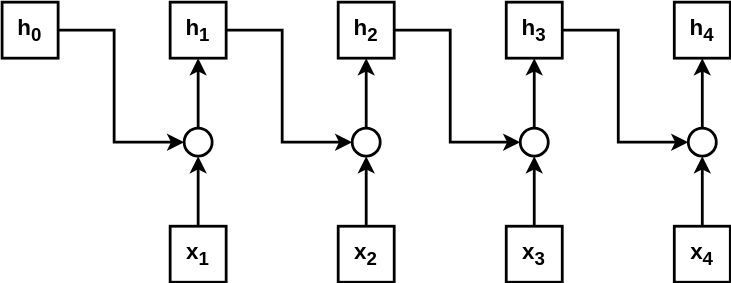
jeremiedecock/snippets keeps this draw.io diagram as python/pytorch/assets/rnn_matrix.drawio.svg. Above is the earlier version. Source tidied: cells renumbered, new cells last; positions are measured from the earlier drawing's top-left corner, leaving out a move shared by most shapes. Its diagram source:
```xml
<mxGraphModel>
  <root>
    <mxCell id="0" />
    <mxCell id="1" parent="0" />
    <mxCell id="2" style="edgeStyle=orthogonalEdgeStyle;rounded=0;jettySize=auto;html=1;entryX=0;entryY=0.5;entryDx=0;entryDy=0;strokeWidth=2;" parent="1" edge="1" source="3" target="15">
      <mxGeometry relative="1" as="geometry">
        <Array as="points">
          <mxPoint x="200" y="20" />
          <mxPoint x="200" y="100" />
        </Array>
      </mxGeometry>
    </mxCell>
    <mxCell id="3" value="&lt;font style=&quot;font-size: 16px;&quot;&gt;&lt;b&gt;h&lt;sub&gt;1&lt;/sub&gt;&lt;/b&gt;&lt;/font&gt;" style="rounded=0;whiteSpace=wrap;html=1;strokeWidth=2;" parent="1" vertex="1">
      <mxGeometry x="120" width="40" height="40" as="geometry" />
    </mxCell>
    <mxCell id="4" style="edgeStyle=orthogonalEdgeStyle;rounded=0;jettySize=auto;html=1;entryX=0.5;entryY=1;entryDx=0;entryDy=0;strokeWidth=2;" parent="1" edge="1" source="9" target="3">
      <mxGeometry relative="1" as="geometry" />
    </mxCell>
    <mxCell id="5" value="&lt;font style=&quot;font-size: 16px;&quot;&gt;&lt;b&gt;x&lt;sub&gt;1&lt;/sub&gt;&lt;/b&gt;&lt;/font&gt;" style="rounded=0;whiteSpace=wrap;html=1;strokeWidth=2;" parent="1" vertex="1">
      <mxGeometry x="120" y="160" width="40" height="40" as="geometry" />
    </mxCell>
    <mxCell id="6" style="edgeStyle=orthogonalEdgeStyle;rounded=0;jettySize=auto;html=1;entryX=0;entryY=0.5;entryDx=0;entryDy=0;strokeWidth=2;" parent="1" edge="1" source="7" target="9">
      <mxGeometry relative="1" as="geometry">
        <Array as="points">
          <mxPoint x="80" y="20" />
          <mxPoint x="80" y="100" />
        </Array>
      </mxGeometry>
    </mxCell>
    <mxCell id="7" value="&lt;font style=&quot;font-size: 16px;&quot;&gt;&lt;b&gt;h&lt;sub&gt;0&lt;/sub&gt;&lt;/b&gt;&lt;/font&gt;" style="rounded=0;whiteSpace=wrap;html=1;strokeWidth=2;" parent="1" vertex="1">
      <mxGeometry width="40" height="40" as="geometry" />
    </mxCell>
    <mxCell id="8" style="edgeStyle=orthogonalEdgeStyle;rounded=0;jettySize=auto;html=1;entryX=0.5;entryY=1;entryDx=0;entryDy=0;strokeWidth=2;" parent="1" edge="1" source="5" target="9">
      <mxGeometry relative="1" as="geometry" />
    </mxCell>
    <mxCell id="9" style="ellipse;whiteSpace=wrap;html=1;strokeWidth=2;" parent="1" vertex="1">
      <mxGeometry x="130" y="90" width="20" height="20" as="geometry" />
    </mxCell>
    <mxCell id="10" style="edgeStyle=orthogonalEdgeStyle;rounded=0;jettySize=auto;html=1;entryX=0;entryY=0.5;entryDx=0;entryDy=0;strokeWidth=2;" parent="1" edge="1" source="11" target="20">
      <mxGeometry relative="1" as="geometry">
        <Array as="points">
          <mxPoint x="320" y="20" />
          <mxPoint x="320" y="100" />
        </Array>
      </mxGeometry>
    </mxCell>
    <mxCell id="11" value="&lt;font style=&quot;font-size: 16px;&quot;&gt;&lt;b&gt;h&lt;sub&gt;2&lt;/sub&gt;&lt;/b&gt;&lt;/font&gt;" style="rounded=0;whiteSpace=wrap;html=1;strokeWidth=2;" parent="1" vertex="1">
      <mxGeometry x="240" width="40" height="40" as="geometry" />
    </mxCell>
    <mxCell id="12" style="edgeStyle=orthogonalEdgeStyle;rounded=0;jettySize=auto;html=1;entryX=0.5;entryY=1;entryDx=0;entryDy=0;strokeWidth=2;" parent="1" edge="1" source="15" target="11">
      <mxGeometry relative="1" as="geometry" />
    </mxCell>
    <mxCell id="13" value="&lt;font style=&quot;font-size: 16px;&quot;&gt;&lt;b&gt;x&lt;sub&gt;2&lt;/sub&gt;&lt;/b&gt;&lt;/font&gt;" style="rounded=0;whiteSpace=wrap;html=1;strokeWidth=2;" parent="1" vertex="1">
      <mxGeometry x="240" y="160" width="40" height="40" as="geometry" />
    </mxCell>
    <mxCell id="14" style="edgeStyle=orthogonalEdgeStyle;rounded=0;jettySize=auto;html=1;entryX=0.5;entryY=1;entryDx=0;entryDy=0;strokeWidth=2;" parent="1" edge="1" source="13" target="15">
      <mxGeometry relative="1" as="geometry" />
    </mxCell>
    <mxCell id="15" style="ellipse;whiteSpace=wrap;html=1;strokeWidth=2;" parent="1" vertex="1">
      <mxGeometry x="250" y="90" width="20" height="20" as="geometry" />
    </mxCell>
    <mxCell id="16" value="&lt;font style=&quot;font-size: 16px;&quot;&gt;&lt;b&gt;h&lt;sub&gt;3&lt;/sub&gt;&lt;/b&gt;&lt;/font&gt;" style="rounded=0;whiteSpace=wrap;html=1;strokeWidth=2;" parent="1" vertex="1">
      <mxGeometry x="360" width="40" height="40" as="geometry" />
    </mxCell>
    <mxCell id="17" style="edgeStyle=orthogonalEdgeStyle;rounded=0;jettySize=auto;html=1;entryX=0.5;entryY=1;entryDx=0;entryDy=0;strokeWidth=2;" parent="1" edge="1" source="20" target="16">
      <mxGeometry relative="1" as="geometry" />
    </mxCell>
    <mxCell id="18" value="&lt;font style=&quot;font-size: 16px;&quot;&gt;&lt;b&gt;x&lt;sub&gt;3&lt;/sub&gt;&lt;/b&gt;&lt;/font&gt;" style="rounded=0;whiteSpace=wrap;html=1;strokeWidth=2;" parent="1" vertex="1">
      <mxGeometry x="360" y="160" width="40" height="40" as="geometry" />
    </mxCell>
    <mxCell id="19" style="edgeStyle=orthogonalEdgeStyle;rounded=0;jettySize=auto;html=1;entryX=0.5;entryY=1;entryDx=0;entryDy=0;strokeWidth=2;" parent="1" edge="1" source="18" target="20">
      <mxGeometry relative="1" as="geometry" />
    </mxCell>
    <mxCell id="20" style="ellipse;whiteSpace=wrap;html=1;strokeWidth=2;" parent="1" vertex="1">
      <mxGeometry x="370" y="90" width="20" height="20" as="geometry" />
    </mxCell>
    <mxCell id="21" style="edgeStyle=orthogonalEdgeStyle;rounded=0;jettySize=auto;html=1;entryX=0;entryY=0.5;entryDx=0;entryDy=0;strokeWidth=2;" parent="1" edge="1" target="26">
      <mxGeometry relative="1" as="geometry">
        <mxPoint x="400" y="20" as="sourcePoint" />
        <Array as="points">
          <mxPoint x="440" y="20" />
          <mxPoint x="440" y="100" />
        </Array>
      </mxGeometry>
    </mxCell>
    <mxCell id="22" value="&lt;font style=&quot;font-size: 16px;&quot;&gt;&lt;b&gt;h&lt;sub&gt;4&lt;/sub&gt;&lt;/b&gt;&lt;/font&gt;" style="rounded=0;whiteSpace=wrap;html=1;strokeWidth=2;" parent="1" vertex="1">
      <mxGeometry x="480" width="40" height="40" as="geometry" />
    </mxCell>
    <mxCell id="23" style="edgeStyle=orthogonalEdgeStyle;rounded=0;jettySize=auto;html=1;entryX=0.5;entryY=1;entryDx=0;entryDy=0;strokeWidth=2;" parent="1" edge="1" source="26" target="22">
      <mxGeometry relative="1" as="geometry" />
    </mxCell>
    <mxCell id="24" value="&lt;font style=&quot;font-size: 16px;&quot;&gt;&lt;b&gt;x&lt;sub&gt;4&lt;/sub&gt;&lt;/b&gt;&lt;/font&gt;" style="rounded=0;whiteSpace=wrap;html=1;strokeWidth=2;" parent="1" vertex="1">
      <mxGeometry x="480" y="160" width="40" height="40" as="geometry" />
    </mxCell>
    <mxCell id="25" style="edgeStyle=orthogonalEdgeStyle;rounded=0;jettySize=auto;html=1;entryX=0.5;entryY=1;entryDx=0;entryDy=0;strokeWidth=2;" parent="1" edge="1" source="24" target="26">
      <mxGeometry relative="1" as="geometry" />
    </mxCell>
    <mxCell id="26" style="ellipse;whiteSpace=wrap;html=1;strokeWidth=2;" parent="1" vertex="1">
      <mxGeometry x="490" y="90" width="20" height="20" as="geometry" />
    </mxCell>
  </root>
</mxGraphModel>
```
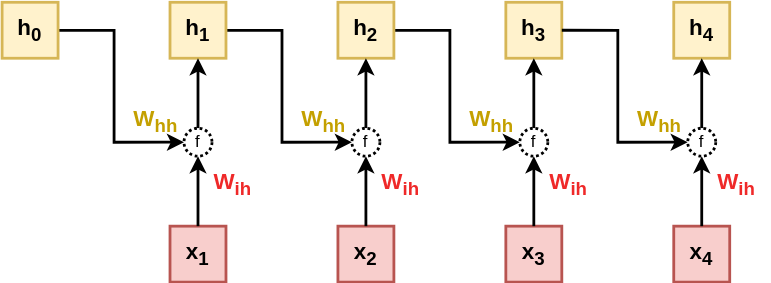
The same file after the commit.

The edit, as a diff of the source:
```diff
@@ -10,13 +10,13 @@
         </Array>
       </mxGeometry>
     </mxCell>
-    <mxCell id="3" value="&lt;font style=&quot;font-size: 16px;&quot;&gt;&lt;b&gt;h&lt;sub&gt;1&lt;/sub&gt;&lt;/b&gt;&lt;/font&gt;" style="rounded=0;whiteSpace=wrap;html=1;strokeWidth=2;" parent="1" vertex="1">
+    <mxCell id="3" value="&lt;font style=&quot;font-size: 16px;&quot;&gt;&lt;b&gt;h&lt;sub&gt;1&lt;/sub&gt;&lt;/b&gt;&lt;/font&gt;" style="rounded=0;whiteSpace=wrap;html=1;strokeWidth=2;fillColor=#fff2cc;strokeColor=#d6b656;" parent="1" vertex="1">
       <mxGeometry x="120" width="40" height="40" as="geometry" />
     </mxCell>
     <mxCell id="4" style="edgeStyle=orthogonalEdgeStyle;rounded=0;jettySize=auto;html=1;entryX=0.5;entryY=1;entryDx=0;entryDy=0;strokeWidth=2;" parent="1" edge="1" source="9" target="3">
       <mxGeometry relative="1" as="geometry" />
     </mxCell>
-    <mxCell id="5" value="&lt;font style=&quot;font-size: 16px;&quot;&gt;&lt;b&gt;x&lt;sub&gt;1&lt;/sub&gt;&lt;/b&gt;&lt;/font&gt;" style="rounded=0;whiteSpace=wrap;html=1;strokeWidth=2;" parent="1" vertex="1">
+    <mxCell id="5" value="&lt;font style=&quot;font-size: 16px;&quot;&gt;&lt;b&gt;x&lt;sub&gt;1&lt;/sub&gt;&lt;/b&gt;&lt;/font&gt;" style="rounded=0;whiteSpace=wrap;html=1;strokeWidth=2;fillColor=#f8cecc;strokeColor=#b85450;" parent="1" vertex="1">
       <mxGeometry x="120" y="160" width="40" height="40" as="geometry" />
     </mxCell>
     <mxCell id="6" style="edgeStyle=orthogonalEdgeStyle;rounded=0;jettySize=auto;html=1;entryX=0;entryY=0.5;entryDx=0;entryDy=0;strokeWidth=2;" parent="1" edge="1" source="7" target="9">
@@ -27,13 +27,13 @@
         </Array>
       </mxGeometry>
     </mxCell>
-    <mxCell id="7" value="&lt;font style=&quot;font-size: 16px;&quot;&gt;&lt;b&gt;h&lt;sub&gt;0&lt;/sub&gt;&lt;/b&gt;&lt;/font&gt;" style="rounded=0;whiteSpace=wrap;html=1;strokeWidth=2;" parent="1" vertex="1">
+    <mxCell id="7" value="&lt;font style=&quot;font-size: 16px;&quot;&gt;&lt;b&gt;h&lt;sub&gt;0&lt;/sub&gt;&lt;/b&gt;&lt;/font&gt;" style="rounded=0;whiteSpace=wrap;html=1;strokeWidth=2;fillColor=#fff2cc;strokeColor=#d6b656;" parent="1" vertex="1">
       <mxGeometry width="40" height="40" as="geometry" />
     </mxCell>
     <mxCell id="8" style="edgeStyle=orthogonalEdgeStyle;rounded=0;jettySize=auto;html=1;entryX=0.5;entryY=1;entryDx=0;entryDy=0;strokeWidth=2;" parent="1" edge="1" source="5" target="9">
       <mxGeometry relative="1" as="geometry" />
     </mxCell>
-    <mxCell id="9" style="ellipse;whiteSpace=wrap;html=1;strokeWidth=2;" parent="1" vertex="1">
+    <mxCell id="9" value="f" style="ellipse;whiteSpace=wrap;html=1;strokeWidth=2;dashed=1;dashPattern=1 1;" parent="1" vertex="1">
       <mxGeometry x="130" y="90" width="20" height="20" as="geometry" />
     </mxCell>
     <mxCell id="10" style="edgeStyle=orthogonalEdgeStyle;rounded=0;jettySize=auto;html=1;entryX=0;entryY=0.5;entryDx=0;entryDy=0;strokeWidth=2;" parent="1" edge="1" source="11" target="20">
@@ -44,34 +44,34 @@
         </Array>
       </mxGeometry>
     </mxCell>
-    <mxCell id="11" value="&lt;font style=&quot;font-size: 16px;&quot;&gt;&lt;b&gt;h&lt;sub&gt;2&lt;/sub&gt;&lt;/b&gt;&lt;/font&gt;" style="rounded=0;whiteSpace=wrap;html=1;strokeWidth=2;" parent="1" vertex="1">
+    <mxCell id="11" value="&lt;font style=&quot;font-size: 16px;&quot;&gt;&lt;b&gt;h&lt;sub&gt;2&lt;/sub&gt;&lt;/b&gt;&lt;/font&gt;" style="rounded=0;whiteSpace=wrap;html=1;strokeWidth=2;fillColor=#fff2cc;strokeColor=#d6b656;" parent="1" vertex="1">
       <mxGeometry x="240" width="40" height="40" as="geometry" />
     </mxCell>
     <mxCell id="12" style="edgeStyle=orthogonalEdgeStyle;rounded=0;jettySize=auto;html=1;entryX=0.5;entryY=1;entryDx=0;entryDy=0;strokeWidth=2;" parent="1" edge="1" source="15" target="11">
       <mxGeometry relative="1" as="geometry" />
     </mxCell>
-    <mxCell id="13" value="&lt;font style=&quot;font-size: 16px;&quot;&gt;&lt;b&gt;x&lt;sub&gt;2&lt;/sub&gt;&lt;/b&gt;&lt;/font&gt;" style="rounded=0;whiteSpace=wrap;html=1;strokeWidth=2;" parent="1" vertex="1">
+    <mxCell id="13" value="&lt;font style=&quot;font-size: 16px;&quot;&gt;&lt;b&gt;x&lt;sub&gt;2&lt;/sub&gt;&lt;/b&gt;&lt;/font&gt;" style="rounded=0;whiteSpace=wrap;html=1;strokeWidth=2;fillColor=#f8cecc;strokeColor=#b85450;" parent="1" vertex="1">
       <mxGeometry x="240" y="160" width="40" height="40" as="geometry" />
     </mxCell>
     <mxCell id="14" style="edgeStyle=orthogonalEdgeStyle;rounded=0;jettySize=auto;html=1;entryX=0.5;entryY=1;entryDx=0;entryDy=0;strokeWidth=2;" parent="1" edge="1" source="13" target="15">
       <mxGeometry relative="1" as="geometry" />
     </mxCell>
-    <mxCell id="15" style="ellipse;whiteSpace=wrap;html=1;strokeWidth=2;" parent="1" vertex="1">
+    <mxCell id="15" value="f" style="ellipse;whiteSpace=wrap;html=1;strokeWidth=2;dashed=1;dashPattern=1 1;" parent="1" vertex="1">
       <mxGeometry x="250" y="90" width="20" height="20" as="geometry" />
     </mxCell>
-    <mxCell id="16" value="&lt;font style=&quot;font-size: 16px;&quot;&gt;&lt;b&gt;h&lt;sub&gt;3&lt;/sub&gt;&lt;/b&gt;&lt;/font&gt;" style="rounded=0;whiteSpace=wrap;html=1;strokeWidth=2;" parent="1" vertex="1">
+    <mxCell id="16" value="&lt;font style=&quot;font-size: 16px;&quot;&gt;&lt;b&gt;h&lt;sub&gt;3&lt;/sub&gt;&lt;/b&gt;&lt;/font&gt;" style="rounded=0;whiteSpace=wrap;html=1;strokeWidth=2;fillColor=#fff2cc;strokeColor=#d6b656;" parent="1" vertex="1">
       <mxGeometry x="360" width="40" height="40" as="geometry" />
     </mxCell>
     <mxCell id="17" style="edgeStyle=orthogonalEdgeStyle;rounded=0;jettySize=auto;html=1;entryX=0.5;entryY=1;entryDx=0;entryDy=0;strokeWidth=2;" parent="1" edge="1" source="20" target="16">
       <mxGeometry relative="1" as="geometry" />
     </mxCell>
-    <mxCell id="18" value="&lt;font style=&quot;font-size: 16px;&quot;&gt;&lt;b&gt;x&lt;sub&gt;3&lt;/sub&gt;&lt;/b&gt;&lt;/font&gt;" style="rounded=0;whiteSpace=wrap;html=1;strokeWidth=2;" parent="1" vertex="1">
+    <mxCell id="18" value="&lt;font style=&quot;font-size: 16px;&quot;&gt;&lt;b&gt;x&lt;sub&gt;3&lt;/sub&gt;&lt;/b&gt;&lt;/font&gt;" style="rounded=0;whiteSpace=wrap;html=1;strokeWidth=2;fillColor=#f8cecc;strokeColor=#b85450;" parent="1" vertex="1">
       <mxGeometry x="360" y="160" width="40" height="40" as="geometry" />
     </mxCell>
     <mxCell id="19" style="edgeStyle=orthogonalEdgeStyle;rounded=0;jettySize=auto;html=1;entryX=0.5;entryY=1;entryDx=0;entryDy=0;strokeWidth=2;" parent="1" edge="1" source="18" target="20">
       <mxGeometry relative="1" as="geometry" />
     </mxCell>
-    <mxCell id="20" style="ellipse;whiteSpace=wrap;html=1;strokeWidth=2;" parent="1" vertex="1">
+    <mxCell id="20" value="f" style="ellipse;whiteSpace=wrap;html=1;strokeWidth=2;dashed=1;dashPattern=1 1;" parent="1" vertex="1">
       <mxGeometry x="370" y="90" width="20" height="20" as="geometry" />
     </mxCell>
     <mxCell id="21" style="edgeStyle=orthogonalEdgeStyle;rounded=0;jettySize=auto;html=1;entryX=0;entryY=0.5;entryDx=0;entryDy=0;strokeWidth=2;" parent="1" edge="1" target="26">
@@ -83,20 +83,44 @@
         </Array>
       </mxGeometry>
     </mxCell>
-    <mxCell id="22" value="&lt;font style=&quot;font-size: 16px;&quot;&gt;&lt;b&gt;h&lt;sub&gt;4&lt;/sub&gt;&lt;/b&gt;&lt;/font&gt;" style="rounded=0;whiteSpace=wrap;html=1;strokeWidth=2;" parent="1" vertex="1">
+    <mxCell id="22" value="&lt;font style=&quot;font-size: 16px;&quot;&gt;&lt;b&gt;h&lt;sub&gt;4&lt;/sub&gt;&lt;/b&gt;&lt;/font&gt;" style="rounded=0;whiteSpace=wrap;html=1;strokeWidth=2;fillColor=#fff2cc;strokeColor=#d6b656;" parent="1" vertex="1">
       <mxGeometry x="480" width="40" height="40" as="geometry" />
     </mxCell>
     <mxCell id="23" style="edgeStyle=orthogonalEdgeStyle;rounded=0;jettySize=auto;html=1;entryX=0.5;entryY=1;entryDx=0;entryDy=0;strokeWidth=2;" parent="1" edge="1" source="26" target="22">
       <mxGeometry relative="1" as="geometry" />
     </mxCell>
-    <mxCell id="24" value="&lt;font style=&quot;font-size: 16px;&quot;&gt;&lt;b&gt;x&lt;sub&gt;4&lt;/sub&gt;&lt;/b&gt;&lt;/font&gt;" style="rounded=0;whiteSpace=wrap;html=1;strokeWidth=2;" parent="1" vertex="1">
+    <mxCell id="24" value="&lt;font style=&quot;font-size: 16px;&quot;&gt;&lt;b&gt;x&lt;sub&gt;4&lt;/sub&gt;&lt;/b&gt;&lt;/font&gt;" style="rounded=0;whiteSpace=wrap;html=1;strokeWidth=2;fillColor=#f8cecc;strokeColor=#b85450;" parent="1" vertex="1">
       <mxGeometry x="480" y="160" width="40" height="40" as="geometry" />
     </mxCell>
     <mxCell id="25" style="edgeStyle=orthogonalEdgeStyle;rounded=0;jettySize=auto;html=1;entryX=0.5;entryY=1;entryDx=0;entryDy=0;strokeWidth=2;" parent="1" edge="1" source="24" target="26">
       <mxGeometry relative="1" as="geometry" />
     </mxCell>
-    <mxCell id="26" style="ellipse;whiteSpace=wrap;html=1;strokeWidth=2;" parent="1" vertex="1">
+    <mxCell id="26" value="f" style="ellipse;whiteSpace=wrap;html=1;strokeWidth=2;dashed=1;dashPattern=1 1;" parent="1" vertex="1">
       <mxGeometry x="490" y="90" width="20" height="20" as="geometry" />
     </mxCell>
+    <mxCell id="27" value="&lt;font color=&quot;#c4a000&quot; style=&quot;font-size: 16px;&quot;&gt;&lt;b&gt;W&lt;sub&gt;hh&lt;/sub&gt;&lt;/b&gt;&lt;/font&gt;" style="text;html=1;align=center;verticalAlign=middle;whiteSpace=wrap;rounded=0;" parent="1" vertex="1">
+      <mxGeometry x="80" y="70" width="60" height="30" as="geometry" />
+    </mxCell>
+    <mxCell id="28" value="&lt;font color=&quot;#ef2929&quot; style=&quot;font-size: 16px;&quot;&gt;&lt;b&gt;W&lt;sub&gt;ih&lt;/sub&gt;&lt;/b&gt;&lt;/font&gt;" style="text;html=1;align=center;verticalAlign=middle;whiteSpace=wrap;rounded=0;" parent="1" vertex="1">
+      <mxGeometry x="140" y="110" width="50" height="40" as="geometry" />
+    </mxCell>
+    <mxCell id="29" value="&lt;font color=&quot;#c4a000&quot; style=&quot;font-size: 16px;&quot;&gt;&lt;b&gt;W&lt;sub&gt;hh&lt;/sub&gt;&lt;/b&gt;&lt;/font&gt;" style="text;html=1;align=center;verticalAlign=middle;whiteSpace=wrap;rounded=0;" parent="1" vertex="1">
+      <mxGeometry x="200" y="70" width="60" height="30" as="geometry" />
+    </mxCell>
+    <mxCell id="30" value="&lt;font color=&quot;#ef2929&quot; style=&quot;font-size: 16px;&quot;&gt;&lt;b&gt;W&lt;sub&gt;ih&lt;/sub&gt;&lt;/b&gt;&lt;/font&gt;" style="text;html=1;align=center;verticalAlign=middle;whiteSpace=wrap;rounded=0;" parent="1" vertex="1">
+      <mxGeometry x="260" y="110" width="50" height="40" as="geometry" />
+    </mxCell>
+    <mxCell id="31" value="&lt;font color=&quot;#c4a000&quot; style=&quot;font-size: 16px;&quot;&gt;&lt;b&gt;W&lt;sub&gt;hh&lt;/sub&gt;&lt;/b&gt;&lt;/font&gt;" style="text;html=1;align=center;verticalAlign=middle;whiteSpace=wrap;rounded=0;" parent="1" vertex="1">
+      <mxGeometry x="320" y="70" width="60" height="30" as="geometry" />
+    </mxCell>
+    <mxCell id="32" value="&lt;font color=&quot;#ef2929&quot; style=&quot;font-size: 16px;&quot;&gt;&lt;b&gt;W&lt;sub&gt;ih&lt;/sub&gt;&lt;/b&gt;&lt;/font&gt;" style="text;html=1;align=center;verticalAlign=middle;whiteSpace=wrap;rounded=0;" parent="1" vertex="1">
+      <mxGeometry x="380" y="110" width="50" height="40" as="geometry" />
+    </mxCell>
+    <mxCell id="33" value="&lt;font color=&quot;#c4a000&quot; style=&quot;font-size: 16px;&quot;&gt;&lt;b&gt;W&lt;sub&gt;hh&lt;/sub&gt;&lt;/b&gt;&lt;/font&gt;" style="text;html=1;align=center;verticalAlign=middle;whiteSpace=wrap;rounded=0;" parent="1" vertex="1">
+      <mxGeometry x="440" y="70" width="60" height="30" as="geometry" />
+    </mxCell>
+    <mxCell id="34" value="&lt;font color=&quot;#ef2929&quot; style=&quot;font-size: 16px;&quot;&gt;&lt;b&gt;W&lt;sub&gt;ih&lt;/sub&gt;&lt;/b&gt;&lt;/font&gt;" style="text;html=1;align=center;verticalAlign=middle;whiteSpace=wrap;rounded=0;" parent="1" vertex="1">
+      <mxGeometry x="500" y="110" width="50" height="40" as="geometry" />
+    </mxCell>
   </root>
 </mxGraphModel>
```
